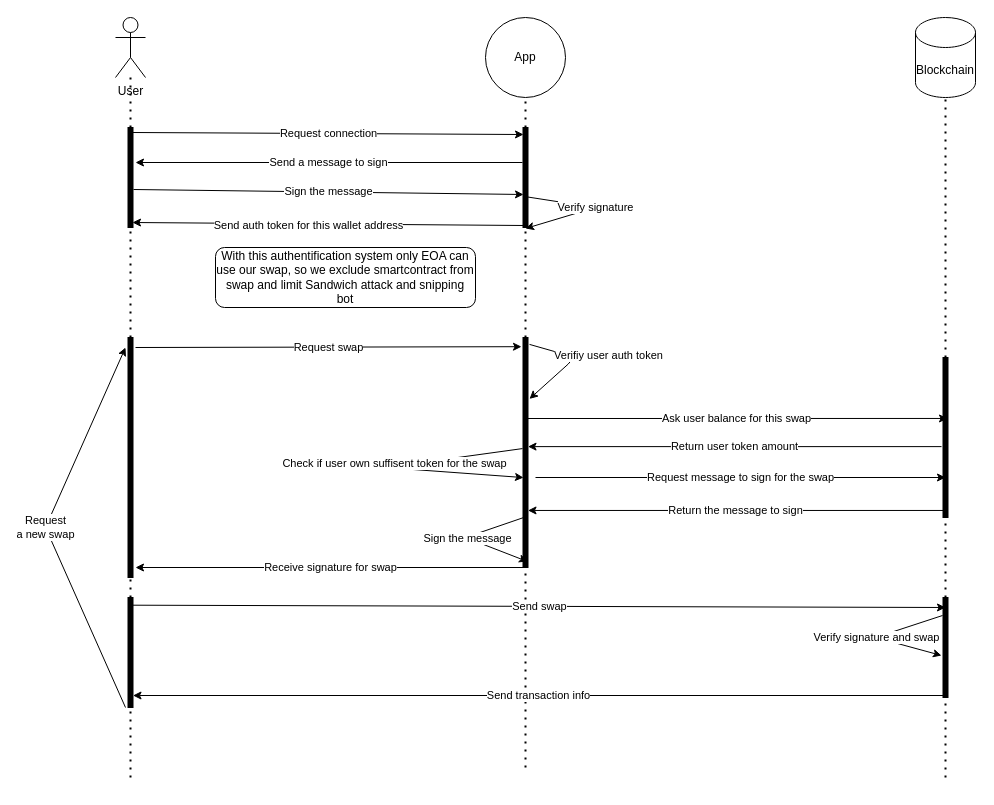
The draw.io diagram schema.drawio in youtpout/SecureSwap, before the edit. Source tidied: cells renumbered, new cells numbered last; positions are measured from the earlier drawing's top-left corner, leaving out a move shared by most shapes. Both pictures are drawn from the tidied source at 100%, with x=0, y=0 at pixel (45, 17).
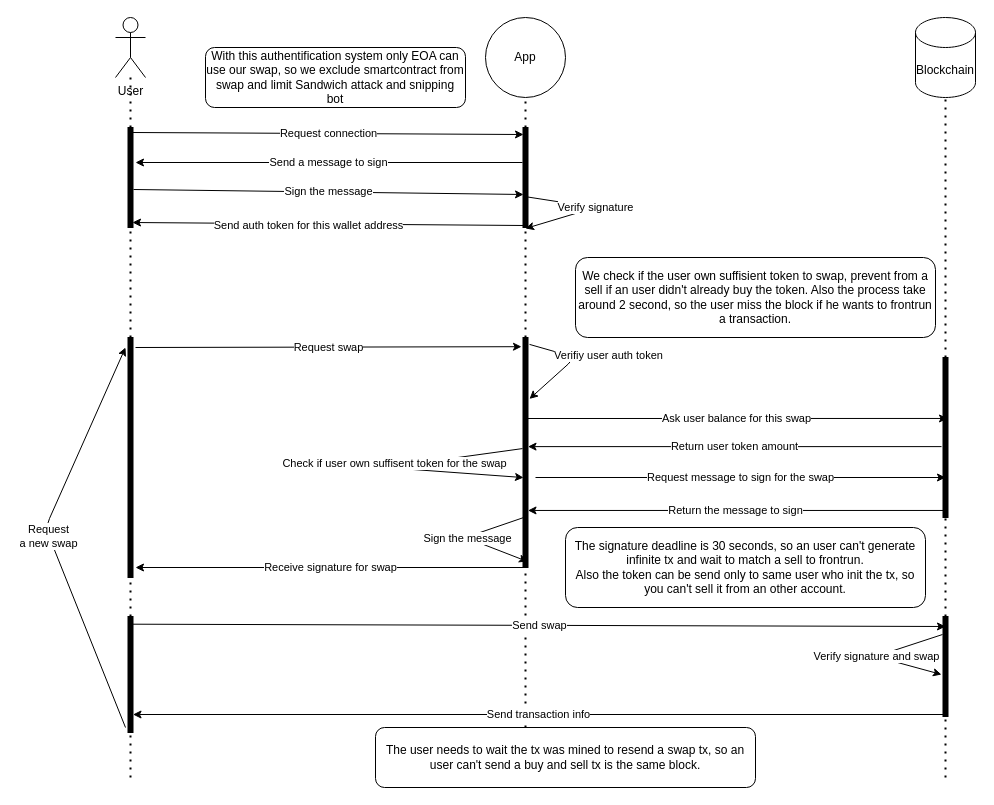
The same page after the edit.

What changed in the source:
```diff
@@
     <mxCell id="17" value="With this authentification system only EOA can use our swap, so we exclude smartcontract from swap and limit Sandwich attack and snipping bot" style="rounded=1;whiteSpace=wrap;html=1;" parent="1" vertex="1">
-      <mxGeometry x="170" y="230" width="260" height="60" as="geometry" />
+      <mxGeometry x="160" y="30" width="260" height="60" as="geometry" />
     </mxCell>
@@
     <mxCell id="35" style="html=1;points=[];perimeter=orthogonalPerimeter;fillColor=strokeColor;" parent="1" vertex="1">
-      <mxGeometry x="897.5" y="580" width="5" height="100" as="geometry" />
+      <mxGeometry x="897.5" y="599" width="5" height="100" as="geometry" />
     </mxCell>
@@
     <mxCell id="37" style="html=1;points=[];perimeter=orthogonalPerimeter;fillColor=strokeColor;" parent="1" vertex="1">
-      <mxGeometry x="82.5" y="580" width="5" height="110" as="geometry" />
+      <mxGeometry x="82.5" y="599" width="5" height="116" as="geometry" />
     </mxCell>
-    <mxCell id="38" value="Send swap" style="endArrow=classic;html=1;exitX=0.9;exitY=0.07;exitDx=0;exitDy=0;exitPerimeter=0;" parent="1" edge="1" source="37">
+    <mxCell id="38" value="Send swap" style="endArrow=classic;html=1;exitX=0.9;exitY=0.07;exitDx=0;exitDy=0;exitPerimeter=0;" parent="1" edge="1">
       <mxGeometry relative="1" as="geometry">
-        <mxPoint x="900" y="590" as="targetPoint" />
+        <mxPoint x="87" y="606.7" as="sourcePoint" />
+        <mxPoint x="900" y="609" as="targetPoint" />
       </mxGeometry>
     </mxCell>
     <mxCell id="39" value="Verify signature and swap" style="endArrow=classic;html=1;entryX=-0.3;entryY=0.58;entryDx=0;entryDy=0;entryPerimeter=0;exitX=-0.1;exitY=0.18;exitDx=0;exitDy=0;exitPerimeter=0;" parent="1" edge="1" source="35" target="35">
       <mxGeometry relative="1" as="geometry">
         <Array as="points">
-          <mxPoint x="830" y="620" />
+          <mxPoint x="830" y="639" />
         </Array>
       </mxGeometry>
     </mxCell>
-    <mxCell id="40" value="Send transaction info" style="endArrow=classic;html=1;exitX=0.3;exitY=0.98;exitDx=0;exitDy=0;exitPerimeter=0;" parent="1" edge="1" source="35" target="37">
-      <mxGeometry relative="1" as="geometry" />
+    <mxCell id="40" value="Send transaction info" style="endArrow=classic;html=1;exitX=0.3;exitY=0.98;exitDx=0;exitDy=0;exitPerimeter=0;" parent="1" edge="1" source="35">
+      <mxGeometry relative="1" as="geometry">
+        <mxPoint x="87.5" y="697" as="targetPoint" />
+      </mxGeometry>
     </mxCell>
     <mxCell id="41" value="Request&lt;br&gt;a new swap" style="endArrow=classic;html=1;" parent="1" edge="1">
       <mxGeometry relative="1" as="geometry">
-        <mxPoint x="80" y="690" as="sourcePoint" />
+        <mxPoint x="80" y="710" as="sourcePoint" />
         <mxPoint x="80" y="330" as="targetPoint" />
         <Array as="points">
           <mxPoint y="510" />
         </Array>
       </mxGeometry>
     </mxCell>
@@
+    <mxCell id="43" value="The signature deadline is 30 seconds, so an user can't generate infinite tx and wait to match a sell to frontrun.&lt;br&gt;Also the token can be send only to same user who init the tx, so you can't sell it from an other account." style="rounded=1;whiteSpace=wrap;html=1;" parent="1" vertex="1">
+      <mxGeometry x="520" y="510" width="360" height="80" as="geometry" />
+    </mxCell>
+    <mxCell id="44" value="The user needs to wait the tx was mined to resend a swap tx, so an user can't send a buy and sell tx is the same block." style="rounded=1;whiteSpace=wrap;html=1;" parent="1" vertex="1">
+      <mxGeometry x="330" y="710" width="380" height="60" as="geometry" />
+    </mxCell>
+    <mxCell id="45" value="We check if the user own suffisient token to swap, prevent from a sell if an user didn't already buy the token. Also the process take around 2 second, so the user miss the block if he wants to frontrun a transaction.&lt;br&gt;" style="rounded=1;whiteSpace=wrap;html=1;" parent="1" vertex="1">
+      <mxGeometry x="530" y="240" width="360" height="80" as="geometry" />
+    </mxCell>
```
